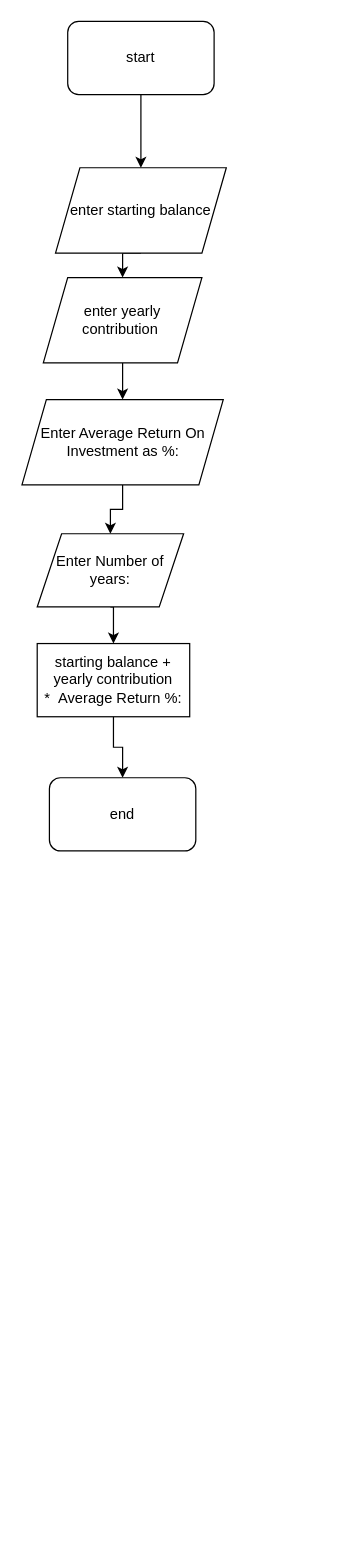
Above: AdvPseudoFlow.drawio in GameGnome/pratice (draw.io), before the change. Source tidied: cells renumbered, new cells numbered last; positions are measured from the earlier drawing's top-left corner, leaving out a move shared by most shapes. Both pictures are drawn from the tidied source at 122%, with x=0, y=0 at pixel (21, 21).
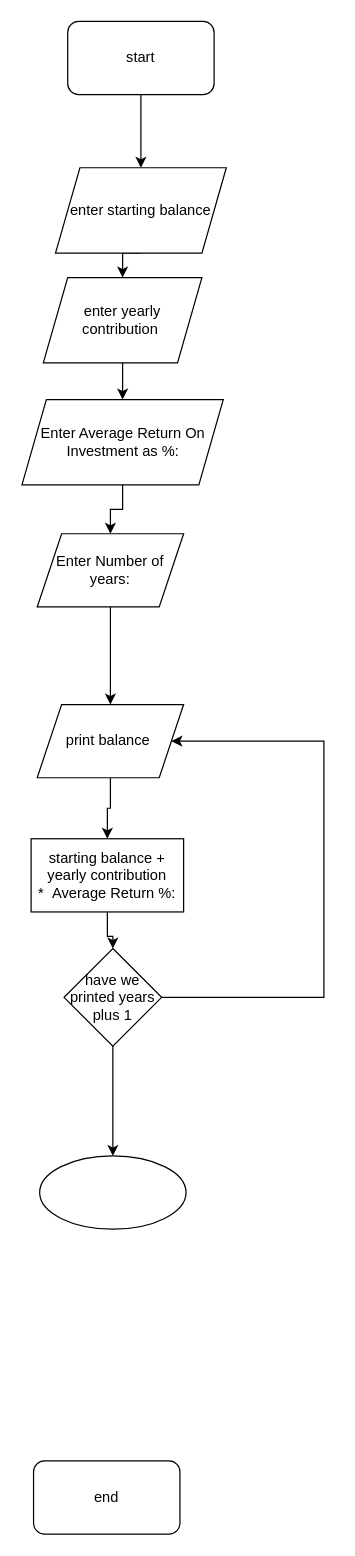
The same page after the edit.

The change refers to these unchanged cells:
```xml
<mxCell id="11" value="Enter Number of years:" style="shape=parallelogram;perimeter=parallelogramPerimeter;whiteSpace=wrap;html=1;fixedSize=1;" parent="1" vertex="1">
  <mxGeometry x="13" y="420" width="120" height="60" as="geometry" />
</mxCell>
```

The edit, as a diff of the source:
```diff
@@
-    <mxCell id="10" style="edgeStyle=orthogonalEdgeStyle;rounded=0;jettySize=auto;html=1;exitX=0.5;exitY=1;exitDx=0;exitDy=0;entryX=0.5;entryY=0;entryDx=0;entryDy=0;" parent="1" edge="1" source="11" target="13">
-      <mxGeometry relative="1" as="geometry" />
-    </mxCell>
+    <mxCell id="15" style="edgeStyle=orthogonalEdgeStyle;rounded=0;jettySize=auto;html=1;" parent="1" edge="1" source="11" target="21">
+      <mxGeometry relative="1" as="geometry" />
+    </mxCell>
@@
-    <mxCell id="12" style="edgeStyle=orthogonalEdgeStyle;rounded=0;jettySize=auto;html=1;exitX=0.5;exitY=1;exitDx=0;exitDy=0;entryX=0.5;entryY=0;entryDx=0;entryDy=0;" parent="1" edge="1" source="13" target="14">
-      <mxGeometry relative="1" as="geometry" />
-    </mxCell>
+    <mxCell id="16" style="edgeStyle=orthogonalEdgeStyle;rounded=0;jettySize=auto;html=1;" parent="1" edge="1" source="13" target="19">
+      <mxGeometry relative="1" as="geometry" />
+    </mxCell>
     <mxCell id="13" value="starting balance + yearly contribution *&amp;nbsp;&amp;nbsp;Average Return %:" style="rounded=0;whiteSpace=wrap;html=1;" parent="1" vertex="1">
-      <mxGeometry x="13" y="510" width="125" height="60" as="geometry" />
+      <mxGeometry x="8" y="670" width="125" height="60" as="geometry" />
     </mxCell>
     <mxCell id="14" value="end" style="rounded=1;whiteSpace=wrap;html=1;" parent="1" vertex="1">
-      <mxGeometry x="23" y="620" width="120" height="60" as="geometry" />
+      <mxGeometry x="10" y="1180" width="120" height="60" as="geometry" />
     </mxCell>
+    <mxCell id="17" style="edgeStyle=orthogonalEdgeStyle;rounded=0;jettySize=auto;html=1;exitX=1;exitY=0.5;exitDx=0;exitDy=0;entryX=1;entryY=0.5;entryDx=0;entryDy=0;" parent="1" edge="1" source="19" target="21">
+      <mxGeometry relative="1" as="geometry">
+        <Array as="points">
+          <mxPoint x="248" y="800" />
+          <mxPoint x="248" y="590" />
+        </Array>
+      </mxGeometry>
+    </mxCell>
+    <mxCell id="18" style="edgeStyle=orthogonalEdgeStyle;rounded=0;jettySize=auto;html=1;" parent="1" edge="1" source="19" target="22">
+      <mxGeometry relative="1" as="geometry" />
+    </mxCell>
+    <mxCell id="19" value="have we printed years plus 1" style="rhombus;whiteSpace=wrap;html=1;rounded=0;" parent="1" vertex="1">
+      <mxGeometry x="35" y="760" width="80" height="80" as="geometry" />
+    </mxCell>
+    <mxCell id="20" style="edgeStyle=orthogonalEdgeStyle;rounded=0;jettySize=auto;html=1;" parent="1" edge="1" source="21" target="13">
+      <mxGeometry relative="1" as="geometry" />
+    </mxCell>
+    <mxCell id="21" value="print balance&amp;nbsp;" style="shape=parallelogram;perimeter=parallelogramPerimeter;whiteSpace=wrap;html=1;fixedSize=1;" parent="1" vertex="1">
+      <mxGeometry x="13" y="560" width="120" height="60" as="geometry" />
+    </mxCell>
+    <mxCell id="22" style="ellipse;whiteSpace=wrap;html=1;rounded=0;" parent="1" vertex="1">
+      <mxGeometry x="15" y="930" width="120" height="60" as="geometry" />
+    </mxCell>
```
